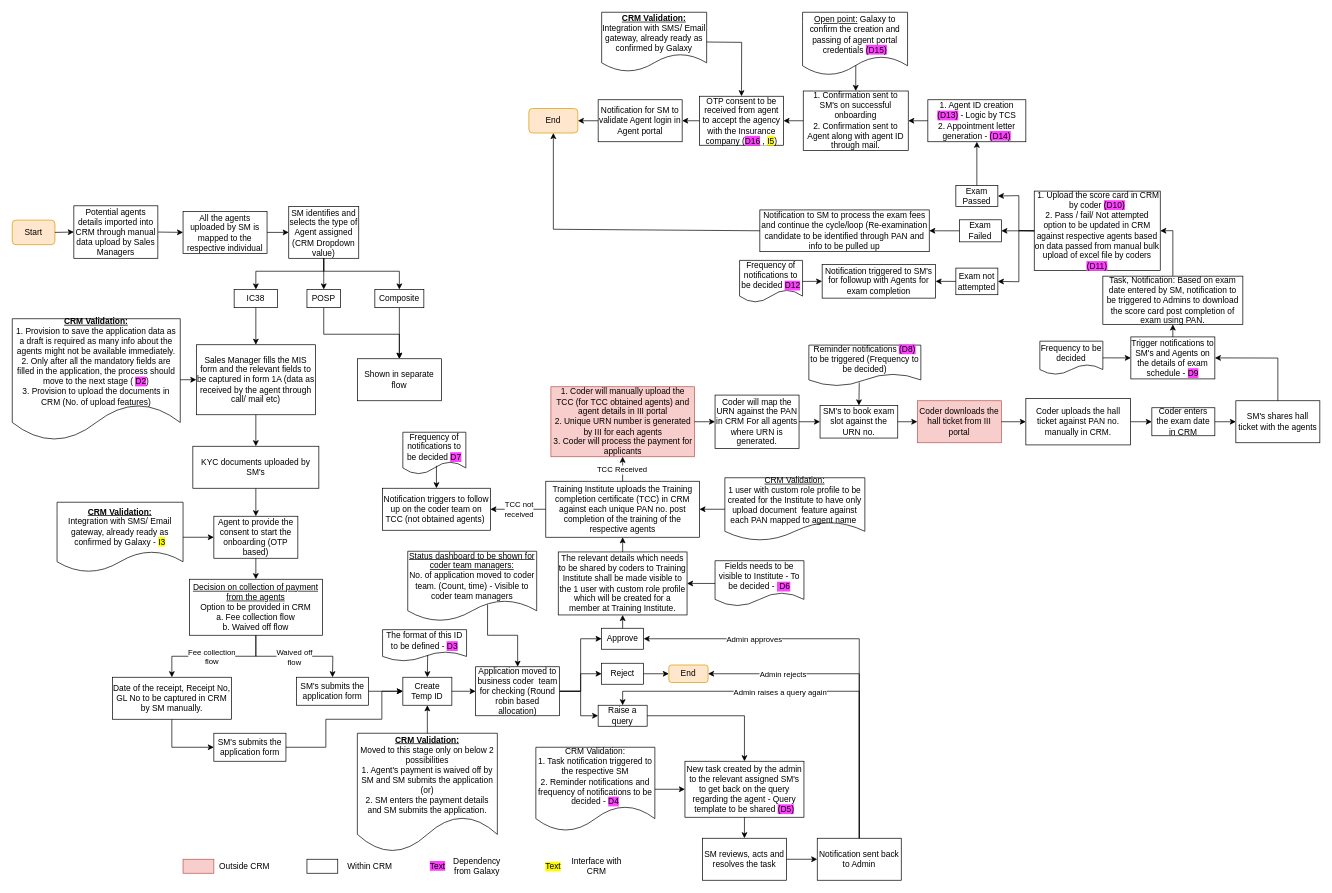
Earlier version of the draw.io diagram Agent Onboarding IC38 MVP 1.drawio (shaileshsreedar/Galaxy). Source tidied: cells renumbered, new cells numbered last; positions are measured from the earlier drawing's top-left corner, leaving out a move shared by most shapes. Both pictures are drawn from the tidied source at 70%, with x=0, y=0 at pixel (12, 12).
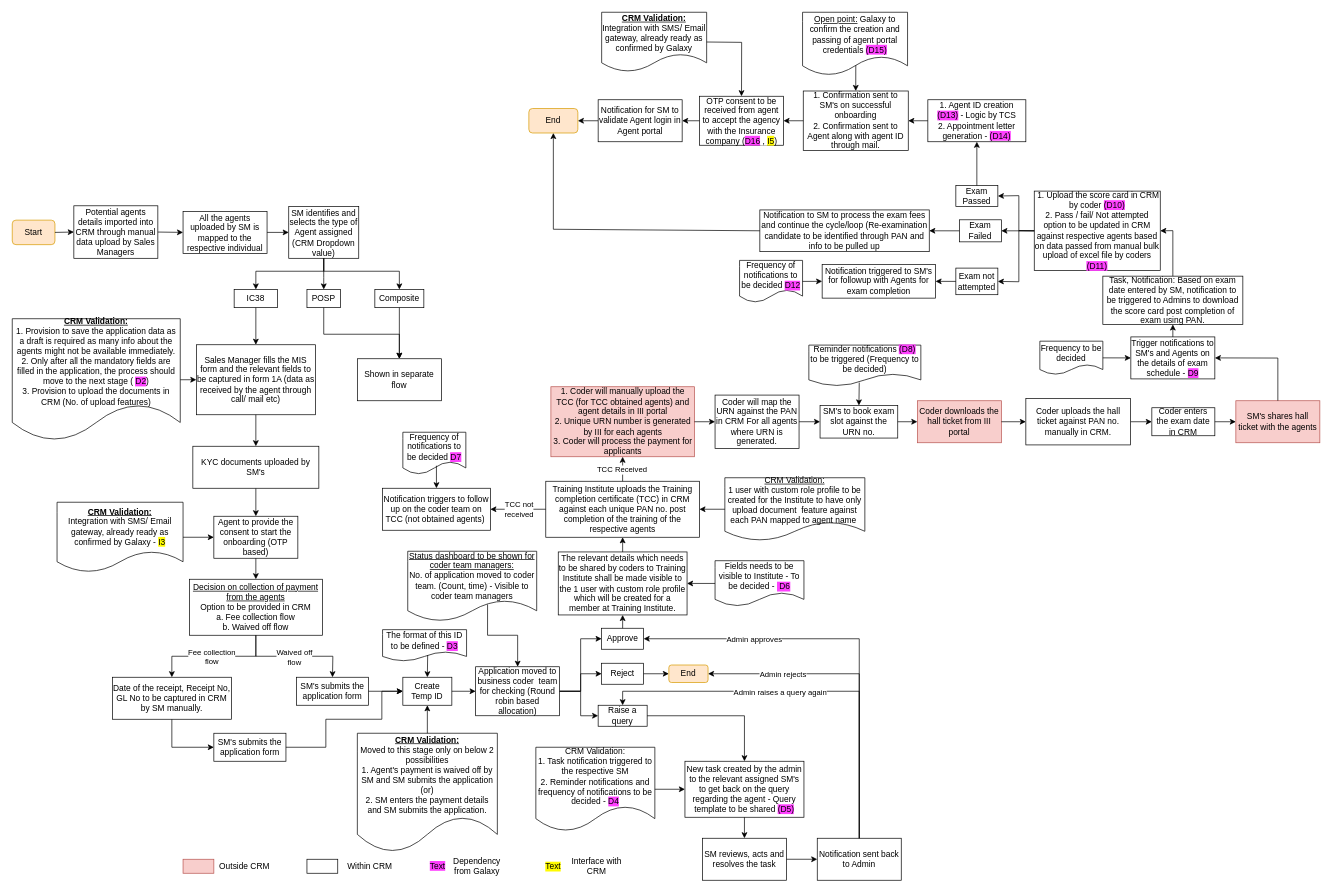
Above is the later version.

The edit, as a diff of the source:
```diff
@@
-    <mxCell id="139" value="SM's shares hall ticket with the agents" style="rounded=0;whiteSpace=wrap;html=1;" parent="1" vertex="1">
+    <mxCell id="139" value="SM's shares hall ticket with the agents" style="rounded=0;whiteSpace=wrap;html=1;fillColor=#f8cecc;strokeColor=#b85450;" parent="1" vertex="1">
       <mxGeometry x="1748" y="555" width="120" height="60" as="geometry" />
     </mxCell>
```
